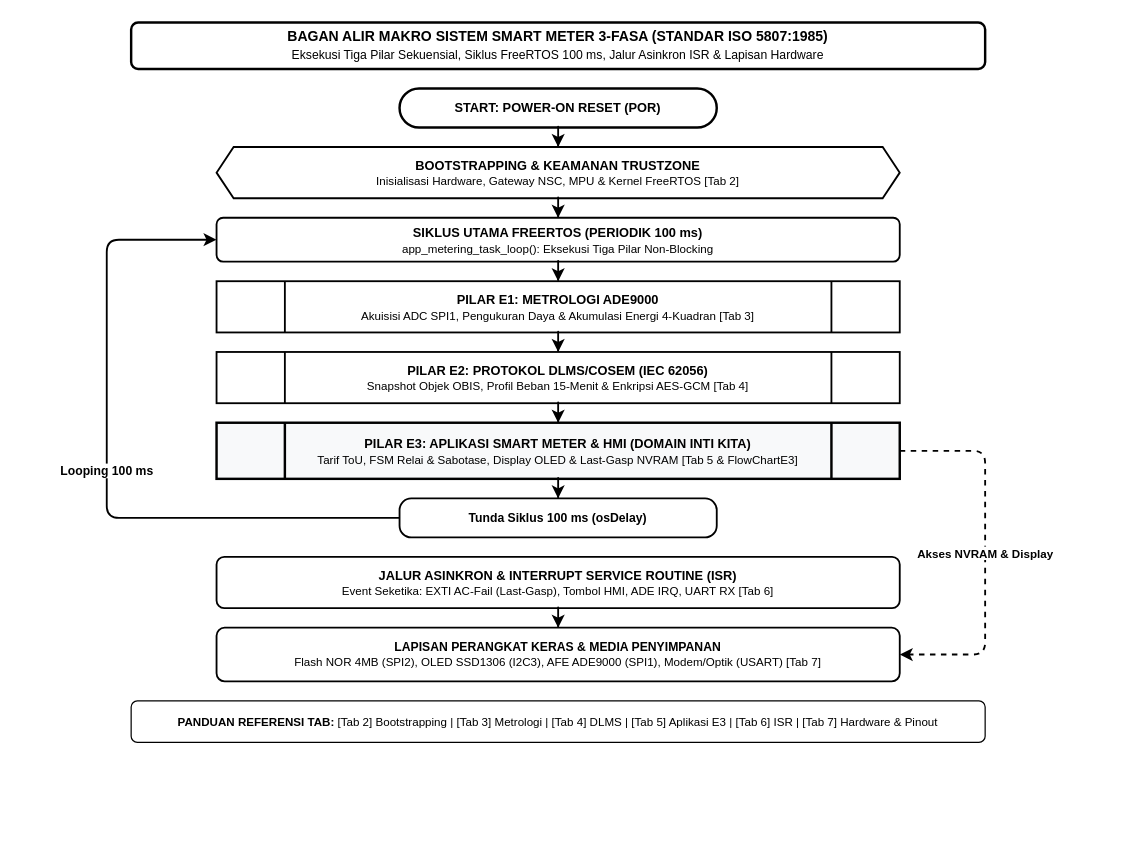
Kevla27/ALLIN keeps this draw.io diagram as page "1. Ikhtisar Sistem Makro" (1 of 7) of docs/system_flowchart.drawio. Above is the earlier version. Source tidied: cells renumbered, new cells numbered last; positions are measured from the earlier drawing's top-left corner, leaving out a move shared by most shapes. Both pictures are drawn from the tidied source at 122%, with x=0, y=0 at pixel (106, 22).
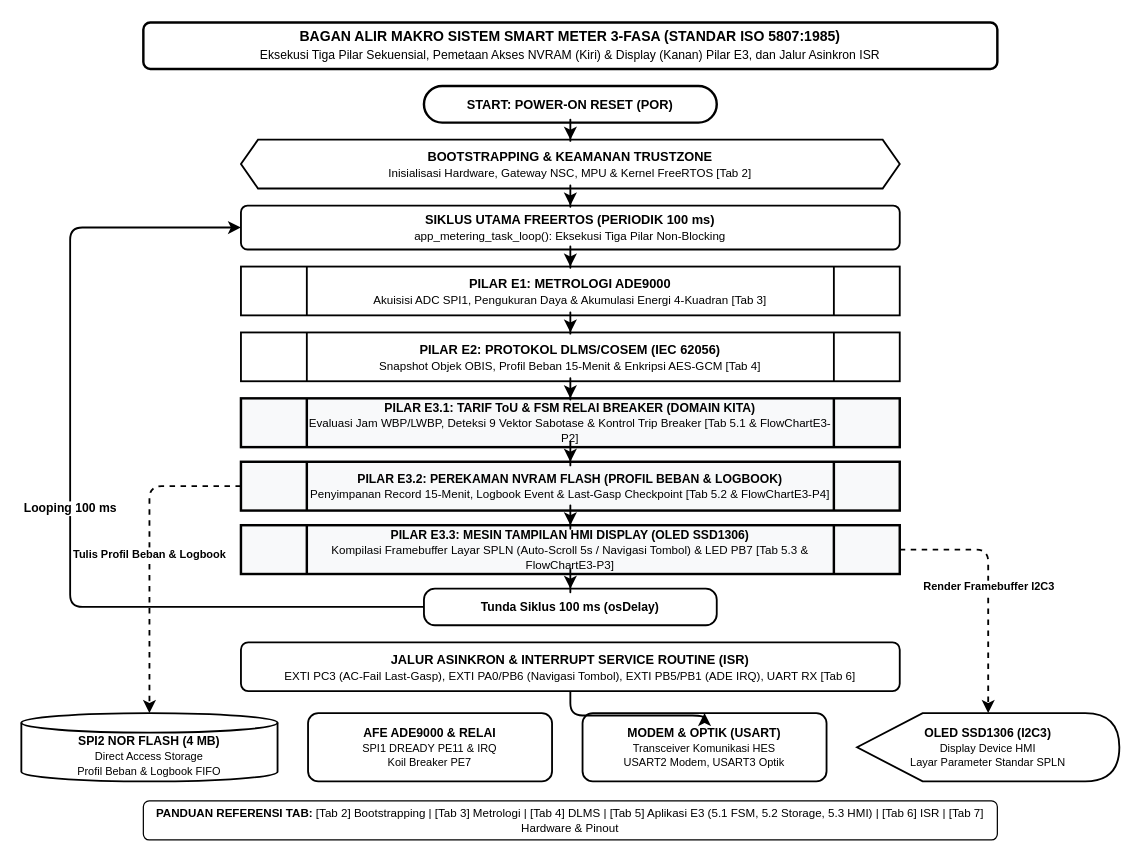
Above is the later version.

Commit message (it also covers changes not shown here):
docs(flowchart): pemisahan eksplisit sub-proses E3 untuk akses NVRAM (kiri) dan Display (kanan) bebas tabrakan

The edit, as a diff of the source:
```diff
@@
-    <mxCell id="2" value="&lt;b&gt;BAGAN ALIR MAKRO SISTEM SMART METER 3-FASA (STANDAR ISO 5807:1985)&lt;/b&gt;&lt;br/&gt;&lt;font style=&quot;font-size:10px;&quot;&gt;Eksekusi Tiga Pilar Sekuensial, Siklus FreeRTOS 100 ms, Jalur Asinkron ISR &amp;amp; Lapisan Hardware&lt;/font&gt;" style="rounded=1;whiteSpace=wrap;html=1;fillColor=#ffffff;strokeColor=#000000;strokeWidth=2;fontColor=#000000;fontSize=11.5;align=center;" parent="1" vertex="1">
-      <mxGeometry x="20" width="700" height="38" as="geometry" />
+    <mxCell id="2" value="&lt;b&gt;BAGAN ALIR MAKRO SISTEM SMART METER 3-FASA (STANDAR ISO 5807:1985)&lt;/b&gt;&lt;br/&gt;&lt;font style=&quot;font-size:10px;&quot;&gt;Eksekusi Tiga Pilar Sekuensial, Pemetaan Akses NVRAM (Kiri) &amp;amp; Display (Kanan) Pilar E3, dan Jalur Asinkron ISR&lt;/font&gt;" style="rounded=1;whiteSpace=wrap;html=1;fillColor=#ffffff;strokeColor=#000000;strokeWidth=2;fontColor=#000000;fontSize=11.5;align=center;" parent="1" vertex="1">
+      <mxGeometry x="30" width="700" height="38" as="geometry" />
     </mxCell>
     <mxCell id="3" value="&lt;b&gt;START: POWER-ON RESET (POR)&lt;/b&gt;" style="rounded=1;arcSize=50;whiteSpace=wrap;html=1;fillColor=#ffffff;strokeColor=#000000;strokeWidth=2;fontColor=#000000;fontStyle=1;fontSize=10.5;align=center;" parent="1" vertex="1">
-      <mxGeometry x="240" y="54" width="260" height="32" as="geometry" />
+      <mxGeometry x="260" y="52" width="240" height="30" as="geometry" />
     </mxCell>
     <mxCell id="4" value="&lt;b&gt;BOOTSTRAPPING &amp;amp; KEAMANAN TRUSTZONE&lt;/b&gt;&lt;br/&gt;&lt;font style=&quot;font-size:9.5px;&quot;&gt;Inisialisasi Hardware, Gateway NSC, MPU &amp;amp; Kernel FreeRTOS [Tab 2]&lt;/font&gt;" style="shape=hexagon;perimeter=hexagonPerimeter2;fixedSize=1;size=14;whiteSpace=wrap;html=1;fillColor=#ffffff;strokeColor=#000000;strokeWidth=1.5;fontColor=#000000;fontSize=10.5;align=center;" parent="1" vertex="1">
-      <mxGeometry x="90" y="102" width="560" height="42" as="geometry" />
+      <mxGeometry x="110" y="96" width="540" height="40" as="geometry" />
     </mxCell>
     <mxCell id="5" value="&lt;b&gt;SIKLUS UTAMA FREERTOS (PERIODIK 100 ms)&lt;/b&gt;&lt;br/&gt;&lt;font style=&quot;font-size:9.5px;&quot;&gt;app_metering_task_loop(): Eksekusi Tiga Pilar Non-Blocking&lt;/font&gt;" style="rounded=1;arcSize=15;whiteSpace=wrap;html=1;fillColor=#ffffff;strokeColor=#000000;strokeWidth=1.5;fontColor=#000000;fontSize=10.5;align=center;" parent="1" vertex="1">
-      <mxGeometry x="90" y="160" width="560" height="36" as="geometry" />
+      <mxGeometry x="110" y="150" width="540" height="36" as="geometry" />
     </mxCell>
     <mxCell id="6" value="&lt;b&gt;PILAR E1: METROLOGI ADE9000&lt;/b&gt;&lt;br/&gt;&lt;font style=&quot;font-size:9.5px;&quot;&gt;Akuisisi ADC SPI1, Pengukuran Daya &amp;amp; Akumulasi Energi 4-Kuadran [Tab 3]&lt;/font&gt;" style="shape=process;backgroundOutline=1;rounded=0;whiteSpace=wrap;html=1;fillColor=#ffffff;strokeColor=#000000;strokeWidth=1.5;fontColor=#000000;fontSize=10.5;align=center;" parent="1" vertex="1">
-      <mxGeometry x="90" y="212" width="560" height="42" as="geometry" />
+      <mxGeometry x="110" y="200" width="540" height="40" as="geometry" />
     </mxCell>
     <mxCell id="7" value="&lt;b&gt;PILAR E2: PROTOKOL DLMS/COSEM (IEC 62056)&lt;/b&gt;&lt;br/&gt;&lt;font style=&quot;font-size:9.5px;&quot;&gt;Snapshot Objek OBIS, Profil Beban 15-Menit &amp;amp; Enkripsi AES-GCM [Tab 4]&lt;/font&gt;" style="shape=process;backgroundOutline=1;rounded=0;whiteSpace=wrap;html=1;fillColor=#ffffff;strokeColor=#000000;strokeWidth=1.5;fontColor=#000000;fontSize=10.5;align=center;" parent="1" vertex="1">
-      <mxGeometry x="90" y="270" width="560" height="42" as="geometry" />
+      <mxGeometry x="110" y="254" width="540" height="40" as="geometry" />
     </mxCell>
-    <mxCell id="8" value="&lt;b&gt;PILAR E3: APLIKASI SMART METER &amp;amp; HMI (DOMAIN INTI KITA)&lt;/b&gt;&lt;br/&gt;&lt;font style=&quot;font-size:9.5px;&quot;&gt;Tarif ToU, FSM Relai &amp;amp; Sabotase, Display OLED &amp;amp; Last-Gasp NVRAM [Tab 5 &amp;amp; FlowChartE3]&lt;/font&gt;" style="shape=process;backgroundOutline=1;rounded=0;whiteSpace=wrap;html=1;fillColor=#f8f9fa;strokeColor=#000000;strokeWidth=2;fontColor=#000000;fontSize=10.5;align=center;" parent="1" vertex="1">
-      <mxGeometry x="90" y="328" width="560" height="46" as="geometry" />
-    </mxCell>
+    <mxCell id="22" value="&lt;b&gt;PILAR E3.1: TARIF ToU &amp;amp; FSM RELAI BREAKER (DOMAIN KITA)&lt;/b&gt;&lt;br/&gt;&lt;font style=&quot;font-size:9.5px;&quot;&gt;Evaluasi Jam WBP/LWBP, Deteksi 9 Vektor Sabotase &amp;amp; Kontrol Trip Breaker [Tab 5.1 &amp;amp; FlowChartE3-P2]&lt;/font&gt;" style="shape=process;backgroundOutline=1;rounded=0;whiteSpace=wrap;html=1;fillColor=#f8f9fa;strokeColor=#000000;strokeWidth=2;fontColor=#000000;fontSize=10;align=center;" parent="1" vertex="1">
+      <mxGeometry x="110" y="308" width="540" height="40" as="geometry" />
+    </mxCell>
+    <mxCell id="23" value="&lt;b&gt;PILAR E3.2: PEREKAMAN NVRAM FLASH (PROFIL BEBAN &amp;amp; LOGBOOK)&lt;/b&gt;&lt;br/&gt;&lt;font style=&quot;font-size:9.5px;&quot;&gt;Penyimpanan Record 15-Menit, Logbook Event &amp;amp; Last-Gasp Checkpoint [Tab 5.2 &amp;amp; FlowChartE3-P4]&lt;/font&gt;" style="shape=process;backgroundOutline=1;rounded=0;whiteSpace=wrap;html=1;fillColor=#f8f9fa;strokeColor=#000000;strokeWidth=2;fontColor=#000000;fontSize=10;align=center;" parent="1" vertex="1">
+      <mxGeometry x="110" y="360" width="540" height="40" as="geometry" />
+    </mxCell>
+    <mxCell id="24" value="&lt;b&gt;PILAR E3.3: MESIN TAMPILAN HMI DISPLAY (OLED SSD1306)&lt;/b&gt;&lt;br/&gt;&lt;font style=&quot;font-size:9.5px;&quot;&gt;Kompilasi Framebuffer Layar SPLN (Auto-Scroll 5s / Navigasi Tombol) &amp;amp; LED PB7 [Tab 5.3 &amp;amp; FlowChartE3-P3]&lt;/font&gt;" style="shape=process;backgroundOutline=1;rounded=0;whiteSpace=wrap;html=1;fillColor=#f8f9fa;strokeColor=#000000;strokeWidth=2;fontColor=#000000;fontSize=10;align=center;" parent="1" vertex="1">
+      <mxGeometry x="110" y="412" width="540" height="40" as="geometry" />
+    </mxCell>
     <mxCell id="9" value="&lt;b&gt;Tunda Siklus 100 ms (osDelay)&lt;/b&gt;" style="rounded=1;arcSize=30;whiteSpace=wrap;html=1;fillColor=#ffffff;strokeColor=#000000;strokeWidth=1.5;fontColor=#000000;fontSize=10;align=center;" parent="1" vertex="1">
-      <mxGeometry x="240" y="390" width="260" height="32" as="geometry" />
+      <mxGeometry x="260" y="464" width="240" height="30" as="geometry" />
     </mxCell>
-    <mxCell id="10" value="&lt;b&gt;JALUR ASINKRON &amp;amp; INTERRUPT SERVICE ROUTINE (ISR)&lt;/b&gt;&lt;br/&gt;&lt;font style=&quot;font-size:9.5px;&quot;&gt;Event Seketika: EXTI AC-Fail (Last-Gasp), Tombol HMI, ADE IRQ, UART RX [Tab 6]&lt;/font&gt;" style="rounded=1;arcSize=15;whiteSpace=wrap;html=1;fillColor=#ffffff;strokeColor=#000000;strokeWidth=1.5;fontColor=#000000;fontSize=10.5;align=center;" parent="1" vertex="1">
-      <mxGeometry x="90" y="438" width="560" height="42" as="geometry" />
+    <mxCell id="10" value="&lt;b&gt;JALUR ASINKRON &amp;amp; INTERRUPT SERVICE ROUTINE (ISR)&lt;/b&gt;&lt;br/&gt;&lt;font style=&quot;font-size:9.5px;&quot;&gt;EXTI PC3 (AC-Fail Last-Gasp), EXTI PA0/PB6 (Navigasi Tombol), EXTI PB5/PB1 (ADE IRQ), UART RX [Tab 6]&lt;/font&gt;" style="rounded=1;arcSize=15;whiteSpace=wrap;html=1;fillColor=#ffffff;strokeColor=#000000;strokeWidth=1.5;fontColor=#000000;fontSize=10.5;align=center;" parent="1" vertex="1">
+      <mxGeometry x="110" y="508" width="540" height="40" as="geometry" />
     </mxCell>
-    <mxCell id="11" value="&lt;b&gt;LAPISAN PERANGKAT KERAS &amp;amp; MEDIA PENYIMPANAN&lt;/b&gt;&lt;br/&gt;&lt;font style=&quot;font-size:9.5px;&quot;&gt;Flash NOR 4MB (SPI2), OLED SSD1306 (I2C3), AFE ADE9000 (SPI1), Modem/Optik (USART) [Tab 7]&lt;/font&gt;" style="rounded=1;arcSize=15;whiteSpace=wrap;html=1;fillColor=#ffffff;strokeColor=#000000;strokeWidth=1.5;fontColor=#000000;fontSize=10;align=center;" parent="1" vertex="1">
-      <mxGeometry x="90" y="496" width="560" height="44" as="geometry" />
-    </mxCell>
+    <mxCell id="25" value="&lt;b&gt;SPI2 NOR FLASH (4 MB)&lt;/b&gt;&lt;br/&gt;&lt;font style=&quot;font-size:9px;&quot;&gt;Direct Access Storage&lt;br/&gt;Profil Beban &amp;amp; Logbook FIFO&lt;/font&gt;" style="shape=cylinder3;whiteSpace=wrap;html=1;boundedLbl=1;backgroundOutline=1;size=8;fillColor=#ffffff;strokeColor=#000000;strokeWidth=1.5;fontColor=#000000;fontSize=10;align=center;" parent="1" vertex="1">
+      <mxGeometry x="-70" y="566" width="210" height="56" as="geometry" />
+    </mxCell>
+    <mxCell id="26" value="&lt;b&gt;AFE ADE9000 &amp;amp; RELAI&lt;/b&gt;&lt;br/&gt;&lt;font style=&quot;font-size:9px;&quot;&gt;SPI1 DREADY PE11 &amp;amp; IRQ&lt;br/&gt;Koil Breaker PE7&lt;/font&gt;" style="rounded=1;whiteSpace=wrap;html=1;fillColor=#ffffff;strokeColor=#000000;strokeWidth=1.5;fontColor=#000000;fontSize=10;align=center;" parent="1" vertex="1">
+      <mxGeometry x="165" y="566" width="200" height="56" as="geometry" />
+    </mxCell>
+    <mxCell id="27" value="&lt;b&gt;MODEM &amp;amp; OPTIK (USART)&lt;/b&gt;&lt;br/&gt;&lt;font style=&quot;font-size:9px;&quot;&gt;Transceiver Komunikasi HES&lt;br/&gt;USART2 Modem, USART3 Optik&lt;/font&gt;" style="rounded=1;whiteSpace=wrap;html=1;fillColor=#ffffff;strokeColor=#000000;strokeWidth=1.5;fontColor=#000000;fontSize=10;align=center;" parent="1" vertex="1">
+      <mxGeometry x="390" y="566" width="200" height="56" as="geometry" />
+    </mxCell>
+    <mxCell id="28" value="&lt;b&gt;OLED SSD1306 (I2C3)&lt;/b&gt;&lt;br/&gt;&lt;font style=&quot;font-size:9px;&quot;&gt;Display Device HMI&lt;br/&gt;Layar Parameter Standar SPLN&lt;/font&gt;" style="shape=display;whiteSpace=wrap;html=1;fillColor=#ffffff;strokeColor=#000000;strokeWidth=1.5;fontColor=#000000;fontSize=10;align=center;" parent="1" vertex="1">
+      <mxGeometry x="615" y="566" width="215" height="56" as="geometry" />
+    </mxCell>
-    <mxCell id="12" value="&lt;b&gt;PANDUAN REFERENSI TAB:&lt;/b&gt; [Tab 2] Bootstrapping | [Tab 3] Metrologi | [Tab 4] DLMS | [Tab 5] Aplikasi E3 | [Tab 6] ISR | [Tab 7] Hardware &amp;amp; Pinout" style="rounded=1;whiteSpace=wrap;html=1;fontSize=9.5;align=center;fillColor=#ffffff;strokeColor=#000000;strokeWidth=1;fontColor=#000000;" parent="1" vertex="1">
-      <mxGeometry x="20" y="556" width="700" height="34" as="geometry" />
+    <mxCell id="12" value="&lt;b&gt;PANDUAN REFERENSI TAB:&lt;/b&gt; [Tab 2] Bootstrapping | [Tab 3] Metrologi | [Tab 4] DLMS | [Tab 5] Aplikasi E3 (5.1 FSM, 5.2 Storage, 5.3 HMI) | [Tab 6] ISR | [Tab 7] Hardware &amp;amp; Pinout" style="rounded=1;whiteSpace=wrap;html=1;fontSize=9.5;align=center;fillColor=#ffffff;strokeColor=#000000;strokeWidth=1;fontColor=#000000;" parent="1" vertex="1">
+      <mxGeometry x="30" y="638" width="700" height="32" as="geometry" />
     </mxCell>
@@
-    <mxCell id="17" style="edgeStyle=orthogonalEdgeStyle;rounded=1;jettySize=auto;html=1;strokeColor=#000000;strokeWidth=1.5;endArrow=classic;endFill=1;" parent="1" edge="1" source="7" target="8">
+    <mxCell id="17" style="edgeStyle=orthogonalEdgeStyle;rounded=1;jettySize=auto;html=1;strokeColor=#000000;strokeWidth=1.5;endArrow=classic;endFill=1;" parent="1" edge="1" source="7" target="22">
       <mxGeometry relative="1" as="geometry" />
     </mxCell>
+    <mxCell id="29" style="edgeStyle=orthogonalEdgeStyle;rounded=1;jettySize=auto;html=1;strokeColor=#000000;strokeWidth=1.5;endArrow=classic;endFill=1;" parent="1" edge="1" source="22" target="23">
+      <mxGeometry relative="1" as="geometry" />
+    </mxCell>
+    <mxCell id="30" style="edgeStyle=orthogonalEdgeStyle;rounded=1;jettySize=auto;html=1;strokeColor=#000000;strokeWidth=1.5;endArrow=classic;endFill=1;" parent="1" edge="1" source="23" target="24">
+      <mxGeometry relative="1" as="geometry" />
+    </mxCell>
-    <mxCell id="18" style="edgeStyle=orthogonalEdgeStyle;rounded=1;jettySize=auto;html=1;strokeColor=#000000;strokeWidth=1.5;endArrow=classic;endFill=1;" parent="1" edge="1" source="8" target="9">
+    <mxCell id="18" style="edgeStyle=orthogonalEdgeStyle;rounded=1;jettySize=auto;html=1;strokeColor=#000000;strokeWidth=1.5;endArrow=classic;endFill=1;" parent="1" edge="1" source="24" target="9">
       <mxGeometry relative="1" as="geometry" />
     </mxCell>
     <mxCell id="19" value="Looping 100 ms" style="edgeStyle=orthogonalEdgeStyle;rounded=1;jettySize=auto;html=1;strokeColor=#000000;strokeWidth=1.5;endArrow=classic;endFill=1;labelBackgroundColor=#ffffff;fontColor=#000000;fontSize=10;fontStyle=1;exitX=0;exitY=0.5;exitDx=0;exitDy=0;entryX=0;entryY=0.5;entryDx=0;entryDy=0;" parent="1" edge="1" source="9" target="5">
       <mxGeometry relative="1" as="geometry">
         <Array as="points">
-          <mxPoint y="406" />
-          <mxPoint y="178" />
+          <mxPoint x="-30" y="479" />
+          <mxPoint x="-30" y="168" />
         </Array>
       </mxGeometry>
     </mxCell>
-    <mxCell id="20" value="Akses NVRAM &amp;amp; Display" style="edgeStyle=orthogonalEdgeStyle;rounded=1;jettySize=auto;html=1;strokeColor=#000000;strokeWidth=1.5;dashed=1;endArrow=classic;endFill=1;labelBackgroundColor=#ffffff;fontColor=#000000;fontSize=9.5;fontStyle=1;exitX=1;exitY=0.5;exitDx=0;exitDy=0;entryX=1;entryY=0.5;entryDx=0;entryDy=0;" parent="1" edge="1" source="8" target="11">
-      <mxGeometry relative="1" as="geometry">
-        <Array as="points">
-          <mxPoint x="720" y="351" />
-          <mxPoint x="720" y="518" />
-        </Array>
-      </mxGeometry>
-    </mxCell>
+    <mxCell id="31" value="Tulis Profil Beban &amp;amp; Logbook" style="edgeStyle=orthogonalEdgeStyle;rounded=1;jettySize=auto;html=1;strokeColor=#000000;strokeWidth=1.5;dashed=1;endArrow=classic;endFill=1;labelBackgroundColor=#ffffff;fontColor=#000000;fontSize=9;fontStyle=1;exitX=0;exitY=0.5;exitDx=0;exitDy=0;entryX=0.5;entryY=0;entryDx=0;entryDy=0;" parent="1" edge="1" source="23" target="25">
+      <mxGeometry relative="1" as="geometry">
+        <Array as="points">
+          <mxPoint x="35" y="380" />
+        </Array>
+      </mxGeometry>
+    </mxCell>
+    <mxCell id="32" value="Render Framebuffer I2C3" style="edgeStyle=orthogonalEdgeStyle;rounded=1;jettySize=auto;html=1;strokeColor=#000000;strokeWidth=1.5;dashed=1;endArrow=classic;endFill=1;labelBackgroundColor=#ffffff;fontColor=#000000;fontSize=9;fontStyle=1;exitX=1;exitY=0.5;exitDx=0;exitDy=0;entryX=0.5;entryY=0;entryDx=0;entryDy=0;" parent="1" edge="1" source="24" target="28">
+      <mxGeometry relative="1" as="geometry">
+        <Array as="points">
+          <mxPoint x="722" y="432" />
+        </Array>
+      </mxGeometry>
+    </mxCell>
-    <mxCell id="21" style="edgeStyle=orthogonalEdgeStyle;rounded=1;jettySize=auto;html=1;strokeColor=#000000;strokeWidth=1.5;endArrow=classic;endFill=1;" parent="1" edge="1" source="10" target="11">
+    <mxCell id="21" style="edgeStyle=orthogonalEdgeStyle;rounded=1;jettySize=auto;html=1;strokeColor=#000000;strokeWidth=1.5;endArrow=classic;endFill=1;" parent="1" edge="1" source="10" target="27">
       <mxGeometry relative="1" as="geometry" />
     </mxCell>
```
